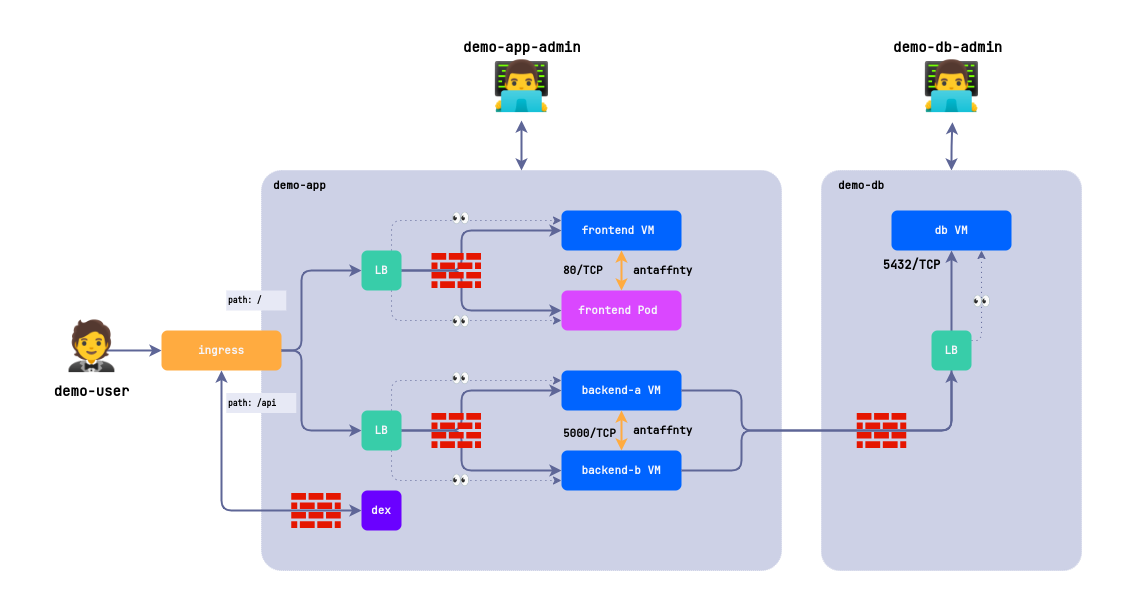
Above: demo-app.png in fl64/dvp-demo-app (draw.io), before the change. Source tidied: cells renumbered, new cells last; positions are measured from the earlier drawing's top-left corner, leaving out a move shared by most shapes.
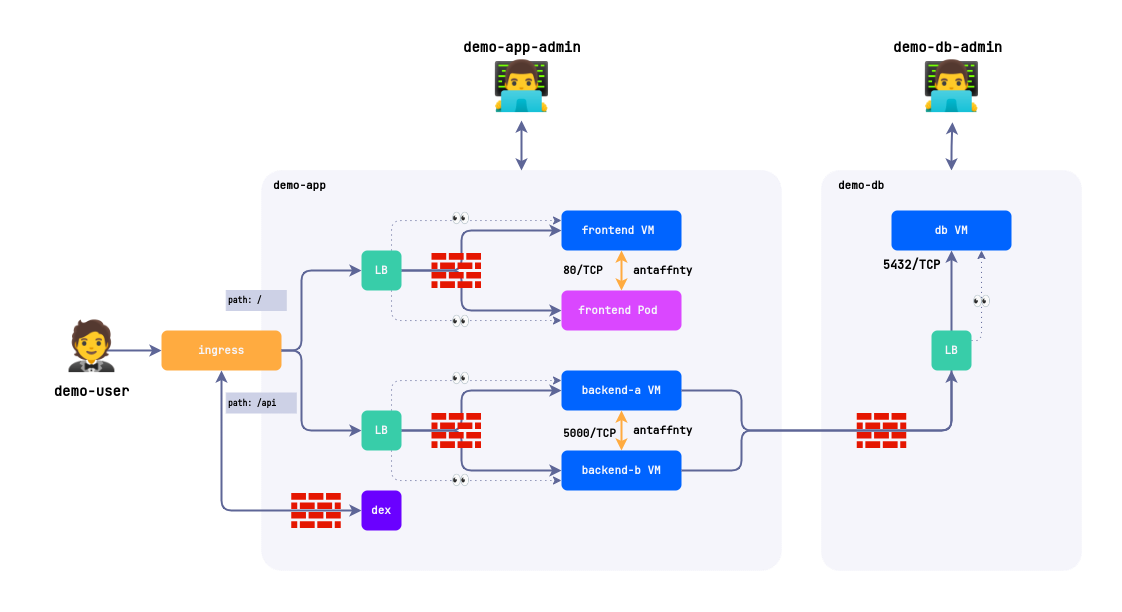
Above is the later version.

Diff of the diagram source:
```diff
@@ -5,7 +5,7 @@
     <mxCell id="2" style="rounded=0;whiteSpace=wrap;html=1;opacity=90;labelBackgroundColor=default;fontFamily=JetBrains Mono;fontSource=https%3A%2F%2Ffonts.googleapis.com%2Fcss%3Ffamily%3DJetBrains%2BMono;fontStyle=1;strokeWidth=2;fillColor=default;strokeColor=none;" parent="1" vertex="1">
       <mxGeometry y="10" width="1120" height="600" as="geometry" />
     </mxCell>
-    <mxCell id="3" style="rounded=1;whiteSpace=wrap;html=1;fillColor=#cdd1e6;fontFamily=JetBrains Mono;fontSource=https%3A%2F%2Ffonts.googleapis.com%2Fcss%3Ffamily%3DJetBrains%2BMono;fontSize=11;strokeWidth=1;dashed=1;dashPattern=1 1;fontStyle=1;arcSize=5;strokeColor=#cdd1e6;" parent="1" vertex="1">
+    <mxCell id="3" style="rounded=1;whiteSpace=wrap;html=1;fillColor=#f5f5fb;fontFamily=JetBrains Mono;fontSource=https%3A%2F%2Ffonts.googleapis.com%2Fcss%3Ffamily%3DJetBrains%2BMono;fontSize=11;strokeWidth=1;dashed=1;dashPattern=1 1;fontStyle=1;arcSize=5;strokeColor=#f5f5fb;" parent="1" vertex="1">
       <mxGeometry x="260" y="170" width="520" height="400" as="geometry" />
     </mxCell>
     <mxCell id="4" value="demo-app" style="text;html=1;align=left;verticalAlign=middle;strokeColor=none;fillColor=none;fontFamily=JetBrains Mono;fontSource=https%3A%2F%2Ffonts.googleapis.com%2Fcss%3Ffamily%3DJetBrains%2BMono;fontSize=11;strokeWidth=1;fontStyle=1;" parent="1" vertex="1">
@@ -75,7 +75,7 @@
     <mxCell id="19" style="edgeStyle=orthogonalEdgeStyle;html=1;exitX=0.5;exitY=0;exitDx=0;exitDy=0;strokeColor=#5e6697;fontFamily=JetBrains Mono;fontSource=https%3A%2F%2Ffonts.googleapis.com%2Fcss%3Ffamily%3DJetBrains%2BMono;fontSize=12;fontColor=#000000;startArrow=classic;startFill=1;endArrow=classic;endFill=1;fontStyle=1;strokeWidth=2;fillColor=#5e6697;entryX=0.512;entryY=1.024;entryDx=0;entryDy=0;entryPerimeter=0;" parent="1" edge="1" source="20" target="53">
       <mxGeometry relative="1" as="geometry" />
     </mxCell>
-    <mxCell id="20" style="rounded=1;whiteSpace=wrap;html=1;fillColor=#cdd1e6;fontFamily=JetBrains Mono;fontSource=https%3A%2F%2Ffonts.googleapis.com%2Fcss%3Ffamily%3DJetBrains%2BMono;fontSize=11;strokeWidth=1;dashed=1;dashPattern=1 1;strokeColor=#cdd1e6;fontStyle=1;arcSize=7;" parent="1" vertex="1">
+    <mxCell id="20" style="rounded=1;whiteSpace=wrap;html=1;fillColor=#f5f5fb;fontFamily=JetBrains Mono;fontSource=https%3A%2F%2Ffonts.googleapis.com%2Fcss%3Ffamily%3DJetBrains%2BMono;fontSize=11;strokeWidth=1;dashed=1;dashPattern=1 1;strokeColor=#f5f5fb;fontStyle=1;arcSize=7;" parent="1" vertex="1">
       <mxGeometry x="820" y="170" width="260" height="400" as="geometry" />
     </mxCell>
     <mxCell id="21" value="demo-db" style="text;html=1;align=left;verticalAlign=middle;strokeColor=none;fillColor=none;fontFamily=JetBrains Mono;fontSource=https%3A%2F%2Ffonts.googleapis.com%2Fcss%3Ffamily%3DJetBrains%2BMono;fontSize=11;strokeWidth=1;fontStyle=1;" parent="1" vertex="1">
@@ -120,10 +120,10 @@
     <mxCell id="29" value="backend-b VM" style="rounded=1;whiteSpace=wrap;html=1;fontFamily=JetBrains Mono;fontSource=https%3A%2F%2Ffonts.googleapis.com%2Fcss%3Ffamily%3DJetBrains%2BMono;fillColor=#0064ff;fontSize=11;strokeWidth=1;strokeColor=none;fontColor=#f5f5fb;fontStyle=1;" parent="1" vertex="1">
       <mxGeometry x="560" y="450" width="120" height="40" as="geometry" />
     </mxCell>
-    <mxCell id="30" value="&lt;font style=&quot;font-size: 8px;&quot;&gt;path: /api&lt;/font&gt;" style="text;html=1;align=left;verticalAlign=middle;strokeColor=#e7e9f;fillColor=#e7e9f5;fontSize=8;fontFamily=JetBrains Mono;fontSource=https%3A%2F%2Ffonts.googleapis.com%2Fcss%3Ffamily%3DJetBrains%2BMono;labelBackgroundColor=none;fontStyle=1;" parent="1" vertex="1">
+    <mxCell id="30" value="&lt;font style=&quot;font-size: 8px;&quot;&gt;path: /api&lt;/font&gt;" style="text;html=1;align=left;verticalAlign=middle;strokeColor=#cdd1e6;fillColor=#cdd1e6;fontSize=8;fontFamily=JetBrains Mono;fontSource=https%3A%2F%2Ffonts.googleapis.com%2Fcss%3Ffamily%3DJetBrains%2BMono;labelBackgroundColor=none;fontStyle=1;" parent="1" vertex="1">
       <mxGeometry x="224.8" y="392.5" width="70" height="20" as="geometry" />
     </mxCell>
-    <mxCell id="31" value="path: /" style="text;html=1;align=left;verticalAlign=middle;strokeColor=#e7e9f;fillColor=#e7e9f5;fontSize=8;fontFamily=JetBrains Mono;labelBackgroundColor=none;fontSource=https%3A%2F%2Ffonts.googleapis.com%2Fcss%3Ffamily%3DJetBrains%2BMono;fontStyle=1;" parent="1" vertex="1">
+    <mxCell id="31" value="path: /" style="text;html=1;align=left;verticalAlign=middle;strokeColor=#cdd1e6;fillColor=#cdd1e6;fontSize=8;fontFamily=JetBrains Mono;labelBackgroundColor=none;fontSource=https%3A%2F%2Ffonts.googleapis.com%2Fcss%3Ffamily%3DJetBrains%2BMono;fontStyle=1;" parent="1" vertex="1">
       <mxGeometry x="224.8" y="290" width="60" height="20" as="geometry" />
     </mxCell>
     <mxCell id="32" value="antaffnty" style="text;html=1;align=left;verticalAlign=middle;strokeColor=none;fillColor=none;fontSize=11;fontFamily=JetBrains Mono;fontSource=https%3A%2F%2Ffonts.googleapis.com%2Fcss%3Ffamily%3DJetBrains%2BMono;fontStyle=1;" parent="1" vertex="1">
```
